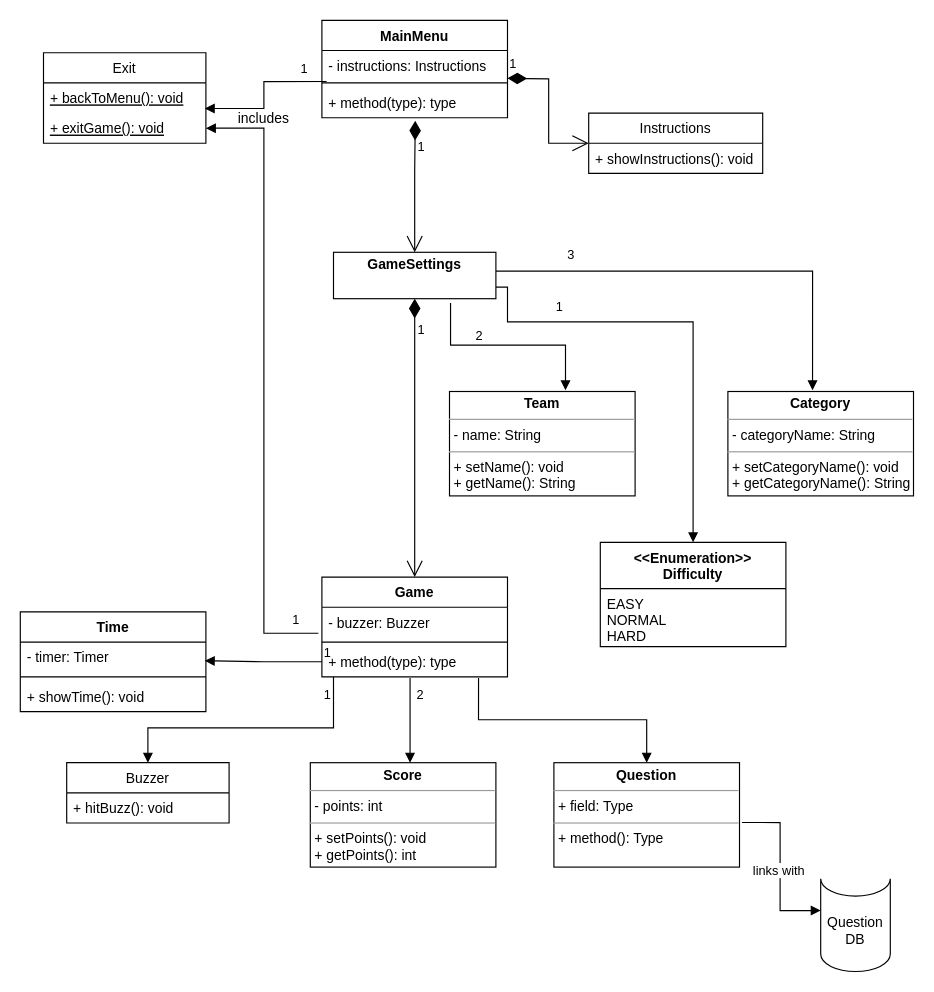
The draw.io diagram Models/Class_model.drawio in kostas-rigan/JabuzzzProject, before the edit. Source tidied: cells renumbered, new cells numbered last; positions are measured from the earlier drawing's top-left corner, leaving out a move shared by most shapes. Both pictures are drawn from the tidied source at 116%, with x=0, y=0 at pixel (20, 20).
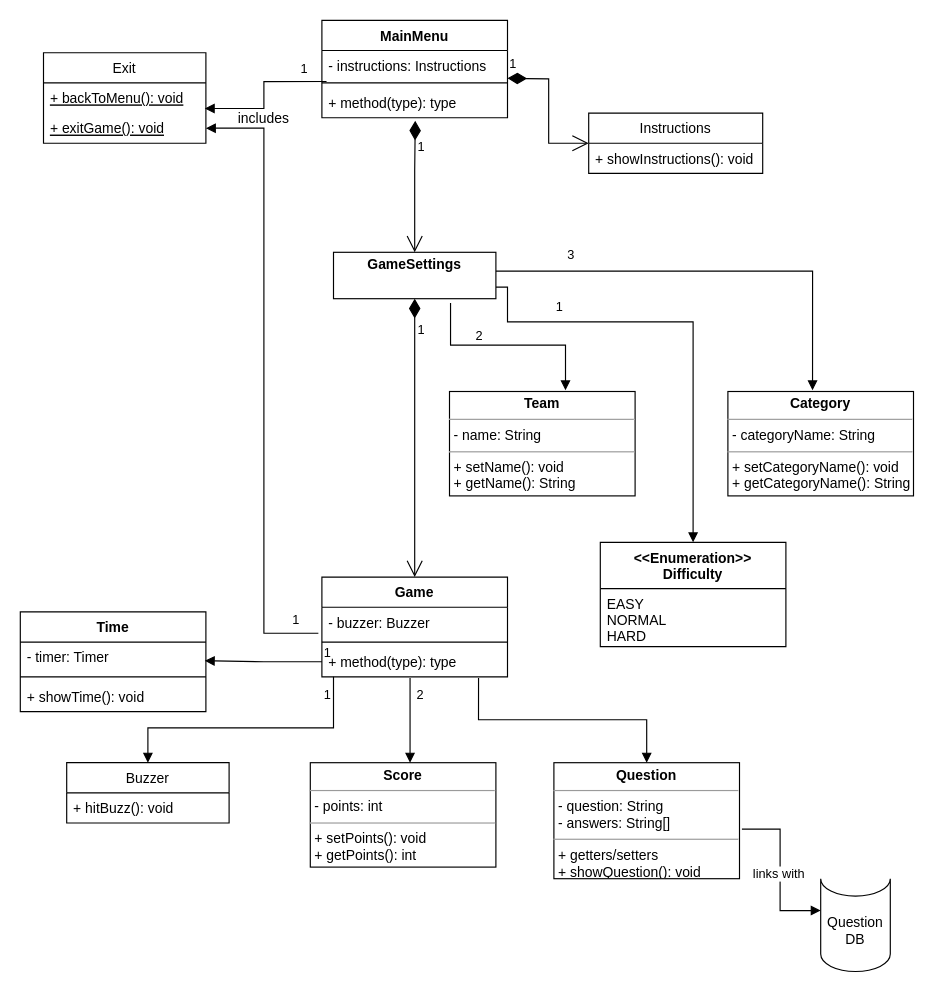
Above is the later version.

Change to the diagram source:
```diff
@@
-    <mxCell id="40" value="&lt;p style=&quot;margin: 0px ; margin-top: 4px ; text-align: center&quot;&gt;&lt;b&gt;Question&lt;/b&gt;&lt;/p&gt;&lt;hr size=&quot;1&quot;&gt;&lt;p style=&quot;margin: 0px ; margin-left: 4px&quot;&gt;+ field: Type&lt;/p&gt;&lt;hr size=&quot;1&quot;&gt;&lt;p style=&quot;margin: 0px ; margin-left: 4px&quot;&gt;+ method(): Type&lt;/p&gt;" style="verticalAlign=top;align=left;overflow=fill;fontSize=12;fontFamily=Helvetica;html=1;" parent="1" vertex="1">
-      <mxGeometry x="460" y="640" width="160" height="90" as="geometry" />
+    <mxCell id="40" value="&lt;p style=&quot;margin: 0px ; margin-top: 4px ; text-align: center&quot;&gt;&lt;b&gt;Question&lt;/b&gt;&lt;/p&gt;&lt;hr size=&quot;1&quot;&gt;&lt;p style=&quot;margin: 0px ; margin-left: 4px&quot;&gt;- question: String&lt;/p&gt;&lt;p style=&quot;margin: 0px ; margin-left: 4px&quot;&gt;- answers: String[]&lt;/p&gt;&lt;hr size=&quot;1&quot;&gt;&lt;p style=&quot;margin: 0px ; margin-left: 4px&quot;&gt;+ getters/setters&lt;/p&gt;&lt;p style=&quot;margin: 0px ; margin-left: 4px&quot;&gt;+ showQuestion(): void&lt;/p&gt;" style="verticalAlign=top;align=left;overflow=fill;fontSize=12;fontFamily=Helvetica;html=1;" parent="1" vertex="1">
+      <mxGeometry x="460" y="640" width="160" height="100" as="geometry" />
     </mxCell>
```
